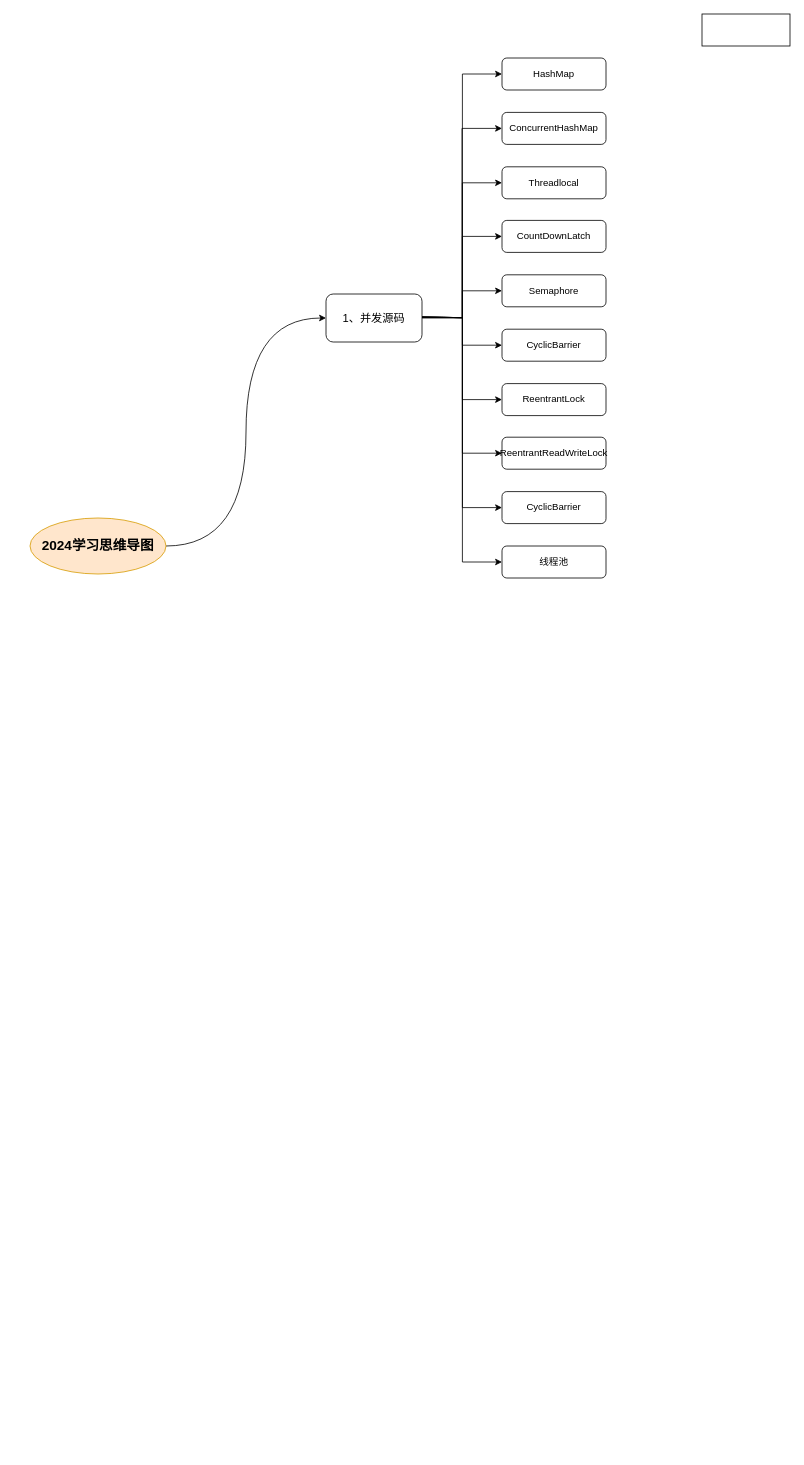
Before: 2024年学习计划.drawio in 1240082314/GieDemo, a draw.io diagram. Source tidied: cells renumbered, new cells numbered last; positions are measured from the earlier drawing's top-left corner, leaving out a move shared by most shapes. Both pictures are drawn from the tidied source at 80%, with x=0, y=0 at pixel (30, 14).
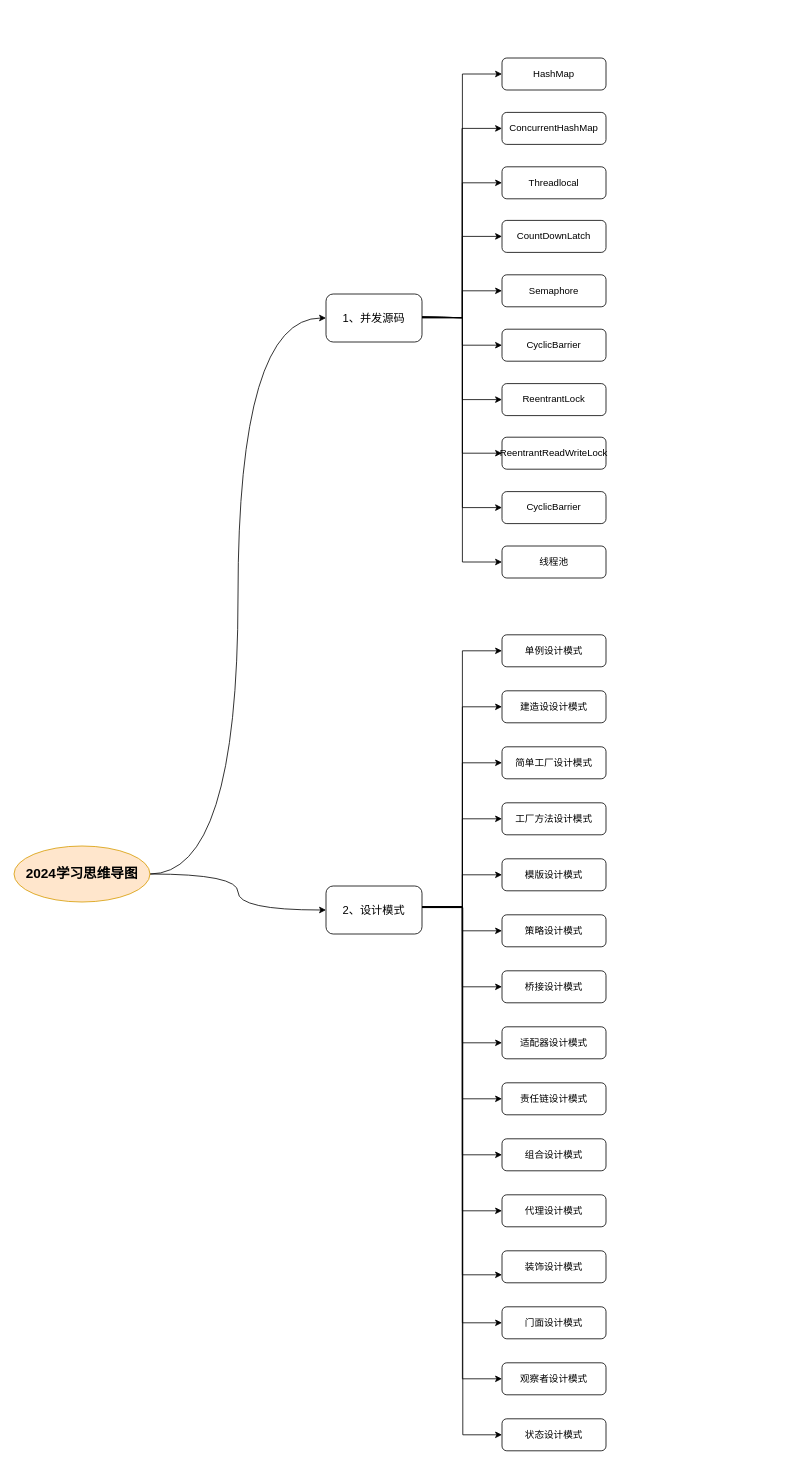
The same page after the edit.

Commit message (it also covers changes not shown here):
更新2024年学习计划.drawio

The edit, as a diff of the source:
```diff
@@
+    <mxCell id="26" style="edgeStyle=orthogonalEdgeStyle;rounded=0;jettySize=auto;html=1;entryX=0;entryY=0.5;entryDx=0;entryDy=0;curved=1;" parent="1" edge="1" source="3" target="42">
+      <mxGeometry relative="1" as="geometry" />
+    </mxCell>
     <mxCell id="3" value="2024学习思维导图" style="ellipse;whiteSpace=wrap;html=1;fillColor=#ffe6cc;strokeColor=#d79b00;fontStyle=1;fontSize=17;" parent="1" vertex="1">
-      <mxGeometry y="630" width="170" height="70" as="geometry" />
+      <mxGeometry x="-20" y="1040" width="170" height="70" as="geometry" />
     </mxCell>
@@
-    <mxCell id="25" style="rounded=0;whiteSpace=wrap;html=1;" parent="1" vertex="1">
-      <mxGeometry x="840" width="110" height="40" as="geometry" />
-    </mxCell>
+    <mxCell id="27" style="edgeStyle=orthogonalEdgeStyle;rounded=0;jettySize=auto;html=1;entryX=0;entryY=0.5;entryDx=0;entryDy=0;" parent="1" edge="1" target="43">
+      <mxGeometry relative="1" as="geometry">
+        <mxPoint x="490" y="1116" as="sourcePoint" />
+      </mxGeometry>
+    </mxCell>
+    <mxCell id="28" style="edgeStyle=orthogonalEdgeStyle;rounded=0;jettySize=auto;html=1;entryX=0;entryY=0.5;entryDx=0;entryDy=0;" parent="1" edge="1" target="44">
+      <mxGeometry relative="1" as="geometry">
+        <mxPoint x="490" y="1116" as="sourcePoint" />
+      </mxGeometry>
+    </mxCell>
+    <mxCell id="29" style="edgeStyle=orthogonalEdgeStyle;rounded=0;jettySize=auto;html=1;entryX=0;entryY=0.5;entryDx=0;entryDy=0;" parent="1" edge="1" target="45">
+      <mxGeometry relative="1" as="geometry">
+        <mxPoint x="490" y="1116" as="sourcePoint" />
+      </mxGeometry>
+    </mxCell>
+    <mxCell id="30" style="edgeStyle=orthogonalEdgeStyle;rounded=0;jettySize=auto;html=1;entryX=0;entryY=0.5;entryDx=0;entryDy=0;" parent="1" edge="1" target="46">
+      <mxGeometry relative="1" as="geometry">
+        <mxPoint x="490" y="1116" as="sourcePoint" />
+      </mxGeometry>
+    </mxCell>
+    <mxCell id="31" style="edgeStyle=orthogonalEdgeStyle;rounded=0;jettySize=auto;html=1;entryX=0;entryY=0.5;entryDx=0;entryDy=0;" parent="1" edge="1" target="47">
+      <mxGeometry relative="1" as="geometry">
+        <mxPoint x="490" y="1116" as="sourcePoint" />
+      </mxGeometry>
+    </mxCell>
+    <mxCell id="32" style="edgeStyle=orthogonalEdgeStyle;rounded=0;jettySize=auto;html=1;entryX=0;entryY=0.5;entryDx=0;entryDy=0;" parent="1" edge="1" target="48">
+      <mxGeometry relative="1" as="geometry">
+        <mxPoint x="490" y="1116" as="sourcePoint" />
+      </mxGeometry>
+    </mxCell>
+    <mxCell id="33" style="edgeStyle=orthogonalEdgeStyle;rounded=0;jettySize=auto;html=1;entryX=0;entryY=0.5;entryDx=0;entryDy=0;" parent="1" edge="1" target="49">
+      <mxGeometry relative="1" as="geometry">
+        <mxPoint x="490" y="1116" as="sourcePoint" />
+      </mxGeometry>
+    </mxCell>
+    <mxCell id="34" style="edgeStyle=orthogonalEdgeStyle;rounded=0;jettySize=auto;html=1;entryX=0;entryY=0.5;entryDx=0;entryDy=0;" parent="1" edge="1" target="50">
+      <mxGeometry relative="1" as="geometry">
+        <mxPoint x="490" y="1116" as="sourcePoint" />
+      </mxGeometry>
+    </mxCell>
+    <mxCell id="35" style="edgeStyle=orthogonalEdgeStyle;rounded=0;jettySize=auto;html=1;entryX=0;entryY=0.5;entryDx=0;entryDy=0;" parent="1" edge="1" target="51">
+      <mxGeometry relative="1" as="geometry">
+        <mxPoint x="490" y="1116" as="sourcePoint" />
+      </mxGeometry>
+    </mxCell>
+    <mxCell id="36" style="edgeStyle=orthogonalEdgeStyle;rounded=0;jettySize=auto;html=1;entryX=0;entryY=0.5;entryDx=0;entryDy=0;" parent="1" edge="1" target="52">
+      <mxGeometry relative="1" as="geometry">
+        <mxPoint x="490" y="1116" as="sourcePoint" />
+      </mxGeometry>
+    </mxCell>
+    <mxCell id="37" style="edgeStyle=orthogonalEdgeStyle;rounded=0;jettySize=auto;html=1;entryX=0;entryY=0.5;entryDx=0;entryDy=0;" parent="1" edge="1" target="53">
+      <mxGeometry relative="1" as="geometry">
+        <mxPoint x="490" y="1116" as="sourcePoint" />
+      </mxGeometry>
+    </mxCell>
+    <mxCell id="38" style="edgeStyle=orthogonalEdgeStyle;rounded=0;jettySize=auto;html=1;entryX=0;entryY=0.75;entryDx=0;entryDy=0;" parent="1" edge="1" target="54">
+      <mxGeometry relative="1" as="geometry">
+        <mxPoint x="490" y="1116" as="sourcePoint" />
+      </mxGeometry>
+    </mxCell>
+    <mxCell id="39" style="edgeStyle=orthogonalEdgeStyle;rounded=0;jettySize=auto;html=1;entryX=0;entryY=0.5;entryDx=0;entryDy=0;" parent="1" edge="1" target="55">
+      <mxGeometry relative="1" as="geometry">
+        <mxPoint x="490" y="1116" as="sourcePoint" />
+      </mxGeometry>
+    </mxCell>
+    <mxCell id="40" style="edgeStyle=orthogonalEdgeStyle;rounded=0;jettySize=auto;html=1;entryX=0;entryY=0.5;entryDx=0;entryDy=0;" parent="1" edge="1" target="56">
+      <mxGeometry relative="1" as="geometry">
+        <mxPoint x="490" y="1116" as="sourcePoint" />
+      </mxGeometry>
+    </mxCell>
+    <mxCell id="41" style="edgeStyle=orthogonalEdgeStyle;rounded=0;jettySize=auto;html=1;entryX=0;entryY=0.5;entryDx=0;entryDy=0;" parent="1" edge="1" target="57">
+      <mxGeometry relative="1" as="geometry">
+        <mxPoint x="490" y="1116" as="sourcePoint" />
+        <Array as="points">
+          <mxPoint x="490" y="1117" />
+          <mxPoint x="541" y="1117" />
+          <mxPoint x="541" y="1776" />
+        </Array>
+      </mxGeometry>
+    </mxCell>
+    <mxCell id="42" value="2、设计模式" style="rounded=1;whiteSpace=wrap;html=1;fontSize=14;" parent="1" vertex="1">
+      <mxGeometry x="370" y="1090" width="120" height="60" as="geometry" />
+    </mxCell>
+    <mxCell id="43" value="单例设计模式" style="rounded=1;whiteSpace=wrap;html=1;" parent="1" vertex="1">
+      <mxGeometry x="590" y="776" width="130" height="40" as="geometry" />
+    </mxCell>
+    <mxCell id="44" value="建造设设计模式" style="rounded=1;whiteSpace=wrap;html=1;" parent="1" vertex="1">
+      <mxGeometry x="590" y="846" width="130" height="40" as="geometry" />
+    </mxCell>
+    <mxCell id="45" value="简单工厂设计模式" style="rounded=1;whiteSpace=wrap;html=1;" parent="1" vertex="1">
+      <mxGeometry x="590" y="916" width="130" height="40" as="geometry" />
+    </mxCell>
+    <mxCell id="46" value="工厂方法设计模式" style="rounded=1;whiteSpace=wrap;html=1;" parent="1" vertex="1">
+      <mxGeometry x="590" y="986" width="130" height="40" as="geometry" />
+    </mxCell>
+    <mxCell id="47" value="模版设计模式" style="rounded=1;whiteSpace=wrap;html=1;" parent="1" vertex="1">
+      <mxGeometry x="590" y="1056" width="130" height="40" as="geometry" />
+    </mxCell>
+    <mxCell id="48" value="策略设计模式" style="rounded=1;whiteSpace=wrap;html=1;" parent="1" vertex="1">
+      <mxGeometry x="590" y="1126" width="130" height="40" as="geometry" />
+    </mxCell>
+    <mxCell id="49" value="桥接设计模式" style="rounded=1;whiteSpace=wrap;html=1;" parent="1" vertex="1">
+      <mxGeometry x="590" y="1196" width="130" height="40" as="geometry" />
+    </mxCell>
+    <mxCell id="50" value="适配器设计模式" style="rounded=1;whiteSpace=wrap;html=1;" parent="1" vertex="1">
+      <mxGeometry x="590" y="1266" width="130" height="40" as="geometry" />
+    </mxCell>
+    <mxCell id="51" value="责任链设计模式" style="rounded=1;whiteSpace=wrap;html=1;" parent="1" vertex="1">
+      <mxGeometry x="590" y="1336" width="130" height="40" as="geometry" />
+    </mxCell>
+    <mxCell id="52" value="组合设计模式" style="rounded=1;whiteSpace=wrap;html=1;" parent="1" vertex="1">
+      <mxGeometry x="590" y="1406" width="130" height="40" as="geometry" />
+    </mxCell>
+    <mxCell id="53" value="代理设计模式" style="rounded=1;whiteSpace=wrap;html=1;" parent="1" vertex="1">
+      <mxGeometry x="590" y="1476" width="130" height="40" as="geometry" />
+    </mxCell>
+    <mxCell id="54" value="装饰设计模式" style="rounded=1;whiteSpace=wrap;html=1;" parent="1" vertex="1">
+      <mxGeometry x="590" y="1546" width="130" height="40" as="geometry" />
+    </mxCell>
+    <mxCell id="55" value="门面设计模式" style="rounded=1;whiteSpace=wrap;html=1;" parent="1" vertex="1">
+      <mxGeometry x="590" y="1616" width="130" height="40" as="geometry" />
+    </mxCell>
+    <mxCell id="56" value="观察者设计模式" style="rounded=1;whiteSpace=wrap;html=1;" parent="1" vertex="1">
+      <mxGeometry x="590" y="1686" width="130" height="40" as="geometry" />
+    </mxCell>
+    <mxCell id="57" value="状态设计模式" style="rounded=1;whiteSpace=wrap;html=1;" parent="1" vertex="1">
+      <mxGeometry x="590" y="1756" width="130" height="40" as="geometry" />
+    </mxCell>
```
